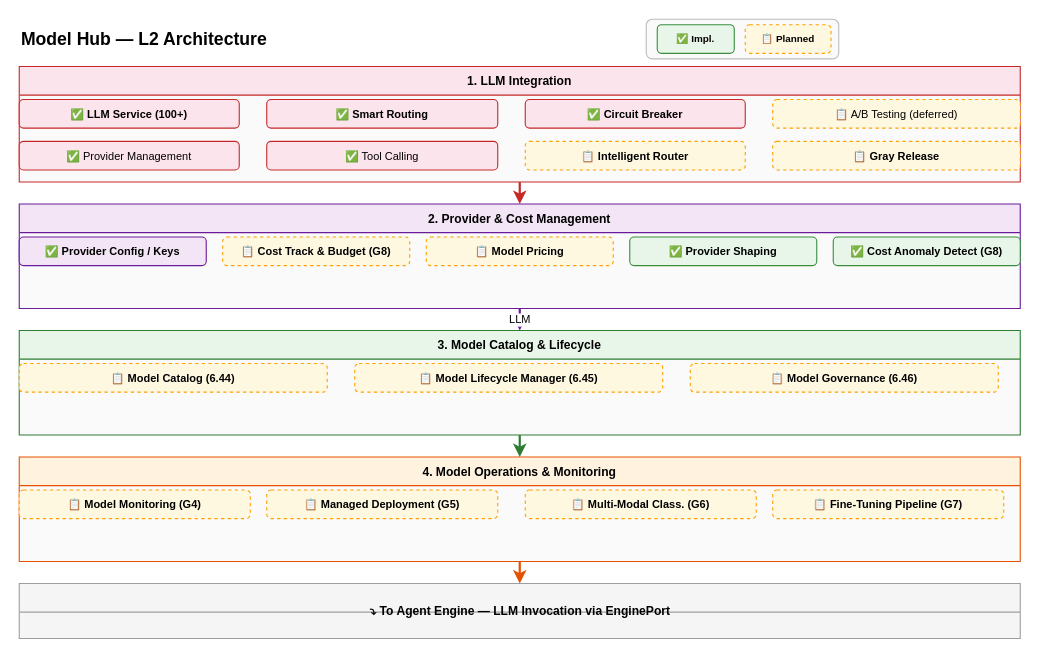
Above: docs/design/hardware/model-hub-l2.drawio in xueyufish/hecate (draw.io), before the change. Source tidied: cells renumbered, new cells numbered last; positions are measured from the earlier drawing's top-left corner, leaving out a move shared by most shapes. Both pictures are drawn from the tidied source at 110%, with x=0, y=0 at pixel (19, 19).
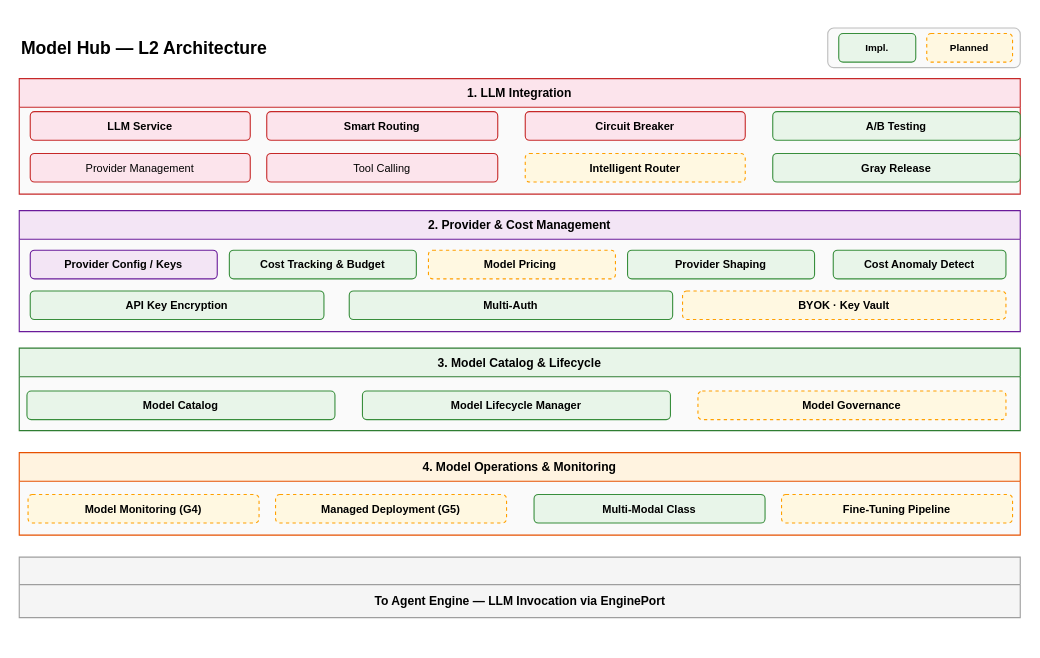
After the change.

Diff of the diagram source:
```diff
@@
     <mxCell id="2" style="rounded=1;whiteSpace=wrap;html=1;fillColor=#FAFAFA;strokeColor=#BDBDBD;strokeWidth=1;" parent="1" vertex="1">
-      <mxGeometry x="570" width="175" height="36" as="geometry" />
+      <mxGeometry x="735" y="8" width="175" height="36" as="geometry" />
     </mxCell>
-    <mxCell id="3" value="✅ Impl." style="rounded=1;whiteSpace=wrap;html=1;fillColor=#E8F5E9;strokeColor=#388E3C;fontSize=9;fontStyle=1;" parent="1" vertex="1">
-      <mxGeometry x="580" y="5" width="70" height="26" as="geometry" />
+    <mxCell id="3" value="Impl." style="rounded=1;whiteSpace=wrap;html=1;fillColor=#E8F5E9;strokeColor=#388E3C;fontSize=9;fontStyle=1;" parent="1" vertex="1">
+      <mxGeometry x="745" y="13" width="70" height="26" as="geometry" />
     </mxCell>
-    <mxCell id="4" value="📋 Planned" style="rounded=1;whiteSpace=wrap;html=1;fillColor=#FFF8E1;strokeColor=#FFA000;fontSize=9;fontStyle=1;dashed=1;" parent="1" vertex="1">
-      <mxGeometry x="660" y="5" width="78" height="26" as="geometry" />
+    <mxCell id="4" value="Planned" style="rounded=1;whiteSpace=wrap;html=1;fillColor=#FFF8E1;strokeColor=#FFA000;fontSize=9;fontStyle=1;dashed=1;" parent="1" vertex="1">
+      <mxGeometry x="825" y="13" width="78" height="26" as="geometry" />
     </mxCell>
     <mxCell id="5" value="&lt;b&gt;Model Hub — L2 Architecture&lt;/b&gt;" style="text;html=1;fontSize=16;fontStyle=1;align=left;verticalAlign=middle;fillColor=none;strokeColor=none;" parent="1" vertex="1">
-      <mxGeometry y="3" width="500" height="30" as="geometry" />
+      <mxGeometry y="11" width="500" height="30" as="geometry" />
     </mxCell>
     <mxCell id="6" value="1. LLM Integration" style="swimlane;startSize=26;fillColor=#FCE4EC;strokeColor=#C62828;fontSize=11;fontStyle=1;swimlaneFillColor=#FAFAFA;" parent="1" vertex="1">
-      <mxGeometry y="43" width="910" height="105" as="geometry" />
+      <mxGeometry y="54" width="910" height="105" as="geometry" />
     </mxCell>
-    <mxCell id="7" value="✅ LLM Service (100+)" style="rounded=1;whiteSpace=wrap;html=1;fillColor=#FCE4EC;strokeColor=#C62828;fontSize=10;fontStyle=1;" parent="6" vertex="1">
-      <mxGeometry y="30" width="200" height="26" as="geometry" />
+    <mxCell id="7" value="LLM Service" style="rounded=1;whiteSpace=wrap;html=1;fillColor=#FCE4EC;strokeColor=#C62828;fontSize=10;fontStyle=1;" parent="6" vertex="1">
+      <mxGeometry x="10" y="30" width="200" height="26" as="geometry" />
     </mxCell>
-    <mxCell id="8" value="✅ Smart Routing" style="rounded=1;whiteSpace=wrap;html=1;fillColor=#FCE4EC;strokeColor=#C62828;fontSize=10;fontStyle=1;" parent="6" vertex="1">
+    <mxCell id="8" value="Smart Routing" style="rounded=1;whiteSpace=wrap;html=1;fillColor=#FCE4EC;strokeColor=#C62828;fontSize=10;fontStyle=1;" parent="6" vertex="1">
       <mxGeometry x="225" y="30" width="210" height="26" as="geometry" />
     </mxCell>
-    <mxCell id="9" value="✅ Circuit Breaker" style="rounded=1;whiteSpace=wrap;html=1;fillColor=#FCE4EC;strokeColor=#C62828;fontSize=10;fontStyle=1;" parent="6" vertex="1">
+    <mxCell id="9" value="Circuit Breaker" style="rounded=1;whiteSpace=wrap;html=1;fillColor=#FCE4EC;strokeColor=#C62828;fontSize=10;fontStyle=1;" parent="6" vertex="1">
       <mxGeometry x="460" y="30" width="200" height="26" as="geometry" />
     </mxCell>
-    <mxCell id="10" value="📋 A/B Testing (deferred)" style="rounded=1;whiteSpace=wrap;html=1;fillColor=#FFF8E1;strokeColor=#FFA000;fontSize=10;dashed=1;" parent="6" vertex="1">
+    <mxCell id="10" value="A/B Testing" style="rounded=1;whiteSpace=wrap;html=1;fillColor=#E8F5E9;strokeColor=#388E3C;fontSize=10;fontStyle=1;" parent="6" vertex="1">
       <mxGeometry x="685" y="30" width="225" height="26" as="geometry" />
     </mxCell>
-    <mxCell id="11" value="✅ Provider Management" style="rounded=1;whiteSpace=wrap;html=1;fillColor=#FCE4EC;strokeColor=#C62828;fontSize=10;" parent="6" vertex="1">
-      <mxGeometry y="68" width="200" height="26" as="geometry" />
+    <mxCell id="11" value="Provider Management" style="rounded=1;whiteSpace=wrap;html=1;fillColor=#FCE4EC;strokeColor=#C62828;fontSize=10;" parent="6" vertex="1">
+      <mxGeometry x="10" y="68" width="200" height="26" as="geometry" />
     </mxCell>
-    <mxCell id="12" value="✅ Tool Calling" style="rounded=1;whiteSpace=wrap;html=1;fillColor=#FCE4EC;strokeColor=#C62828;fontSize=10;" parent="6" vertex="1">
+    <mxCell id="12" value="Tool Calling" style="rounded=1;whiteSpace=wrap;html=1;fillColor=#FCE4EC;strokeColor=#C62828;fontSize=10;" parent="6" vertex="1">
       <mxGeometry x="225" y="68" width="210" height="26" as="geometry" />
     </mxCell>
-    <mxCell id="13" value="📋 Intelligent Router" style="rounded=1;whiteSpace=wrap;html=1;fillColor=#FFF8E1;strokeColor=#FFA000;fontSize=10;fontStyle=1;dashed=1;" parent="6" vertex="1">
+    <mxCell id="13" value="Intelligent Router" style="rounded=1;whiteSpace=wrap;html=1;fillColor=#FFF8E1;strokeColor=#FFA000;fontSize=10;fontStyle=1;dashed=1;" parent="6" vertex="1">
       <mxGeometry x="460" y="68" width="200" height="26" as="geometry" />
     </mxCell>
-    <mxCell id="14" value="📋 Gray Release" style="rounded=1;whiteSpace=wrap;html=1;fillColor=#FFF8E1;strokeColor=#FFA000;fontSize=10;fontStyle=1;dashed=1;" parent="6" vertex="1">
+    <mxCell id="14" value="Gray Release" style="rounded=1;whiteSpace=wrap;html=1;fillColor=#E8F5E9;strokeColor=#388E3C;fontSize=10;fontStyle=1;" parent="6" vertex="1">
       <mxGeometry x="685" y="68" width="225" height="26" as="geometry" />
     </mxCell>
     <mxCell id="15" value="2. Provider &amp; Cost Management" style="swimlane;startSize=26;fillColor=#F3E5F5;strokeColor=#6A1B9A;fontSize=11;fontStyle=1;swimlaneFillColor=#FAFAFA;" parent="1" vertex="1">
-      <mxGeometry y="168" width="910" height="95" as="geometry" />
+      <mxGeometry y="174" width="910" height="110" as="geometry" />
     </mxCell>
-    <mxCell id="16" value="✅ Provider Config / Keys" style="rounded=1;whiteSpace=wrap;html=1;fillColor=#F3E5F5;strokeColor=#6A1B9A;fontSize=10;fontStyle=1;" parent="15" vertex="1">
-      <mxGeometry y="30" width="170" height="26" as="geometry" />
+    <mxCell id="16" value="Provider Config / Keys" style="rounded=1;whiteSpace=wrap;html=1;fillColor=#F3E5F5;strokeColor=#6A1B9A;fontSize=10;fontStyle=1;" parent="15" vertex="1">
+      <mxGeometry x="10" y="36" width="170" height="26" as="geometry" />
     </mxCell>
-    <mxCell id="17" value="📋 Cost Track &amp; Budget (G8)" style="rounded=1;whiteSpace=wrap;html=1;fillColor=#FFF8E1;strokeColor=#FFA000;fontSize=10;fontStyle=1;dashed=1;" parent="15" vertex="1">
-      <mxGeometry x="185" y="30" width="170" height="26" as="geometry" />
+    <mxCell id="17" value="Cost Tracking &amp;amp; Budget" style="rounded=1;whiteSpace=wrap;html=1;fillColor=#E8F5E9;strokeColor=#388E3C;fontSize=10;fontStyle=1;" parent="15" vertex="1">
+      <mxGeometry x="191" y="36" width="170" height="26" as="geometry" />
     </mxCell>
-    <mxCell id="18" value="📋 Model Pricing" style="rounded=1;whiteSpace=wrap;html=1;fillColor=#FFF8E1;strokeColor=#FFA000;fontSize=10;fontStyle=1;dashed=1;" parent="15" vertex="1">
-      <mxGeometry x="370" y="30" width="170" height="26" as="geometry" />
+    <mxCell id="18" value="Model Pricing&amp;nbsp;" style="rounded=1;whiteSpace=wrap;html=1;fillColor=#FFF8E1;strokeColor=#FFA000;fontSize=10;fontStyle=1;dashed=1;" parent="15" vertex="1">
+      <mxGeometry x="372" y="36" width="170" height="26" as="geometry" />
     </mxCell>
-    <mxCell id="19" value="✅ Provider Shaping" style="rounded=1;whiteSpace=wrap;html=1;fillColor=#E8F5E9;strokeColor=#388E3C;fontSize=10;fontStyle=1;" parent="15" vertex="1">
-      <mxGeometry x="555" y="30" width="170" height="26" as="geometry" />
+    <mxCell id="19" value="Provider Shaping" style="rounded=1;whiteSpace=wrap;html=1;fillColor=#E8F5E9;strokeColor=#388E3C;fontSize=10;fontStyle=1;" parent="15" vertex="1">
+      <mxGeometry x="553" y="36" width="170" height="26" as="geometry" />
     </mxCell>
-    <mxCell id="20" value="✅ Cost Anomaly Detect (G8)" style="rounded=1;whiteSpace=wrap;html=1;fillColor=#E8F5E9;strokeColor=#388E3C;fontSize=10;fontStyle=1;" parent="15" vertex="1">
-      <mxGeometry x="740" y="30" width="170" height="26" as="geometry" />
+    <mxCell id="20" value="Cost Anomaly Detect" style="rounded=1;whiteSpace=wrap;html=1;fillColor=#E8F5E9;strokeColor=#388E3C;fontSize=10;fontStyle=1;" parent="15" vertex="1">
+      <mxGeometry x="740" y="36" width="157" height="26" as="geometry" />
     </mxCell>
+    <mxCell id="36" value="API Key Encryption" style="rounded=1;whiteSpace=wrap;html=1;fillColor=#E8F5E9;strokeColor=#388E3C;fontSize=10;fontStyle=1;" parent="15" vertex="1">
+      <mxGeometry x="10" y="73" width="267" height="26" as="geometry" />
+    </mxCell>
+    <mxCell id="37" value="Multi-Auth" style="rounded=1;whiteSpace=wrap;html=1;fillColor=#E8F5E9;strokeColor=#388E3C;fontSize=10;fontStyle=1;" parent="15" vertex="1">
+      <mxGeometry x="300" y="73" width="294" height="26" as="geometry" />
+    </mxCell>
+    <mxCell id="38" value="BYOK · Key Vault" style="rounded=1;whiteSpace=wrap;html=1;fillColor=#FFF8E1;strokeColor=#FFA000;fontSize=10;fontStyle=1;dashed=1;" parent="15" vertex="1">
+      <mxGeometry x="603" y="73" width="294" height="26" as="geometry" />
+    </mxCell>
     <mxCell id="21" value="3. Model Catalog &amp; Lifecycle" style="swimlane;startSize=26;fillColor=#E8F5E9;strokeColor=#2E7D32;fontSize=11;fontStyle=1;swimlaneFillColor=#FAFAFA;" parent="1" vertex="1">
-      <mxGeometry y="283" width="910" height="95" as="geometry" />
+      <mxGeometry y="299" width="910" height="75" as="geometry" />
     </mxCell>
-    <mxCell id="22" value="📋 Model Catalog (6.44)" style="rounded=1;whiteSpace=wrap;html=1;fillColor=#FFF8E1;strokeColor=#FFA000;fontSize=10;fontStyle=1;dashed=1;" parent="21" vertex="1">
-      <mxGeometry y="30" width="280" height="26" as="geometry" />
+    <mxCell id="22" value="Model Catalog" style="rounded=1;whiteSpace=wrap;html=1;fillColor=#E8F5E9;strokeColor=#388E3C;fontSize=10;fontStyle=1;" parent="21" vertex="1">
+      <mxGeometry x="7" y="39" width="280" height="26" as="geometry" />
     </mxCell>
-    <mxCell id="23" value="📋 Model Lifecycle Manager (6.45)" style="rounded=1;whiteSpace=wrap;html=1;fillColor=#FFF8E1;strokeColor=#FFA000;fontSize=10;fontStyle=1;dashed=1;" parent="21" vertex="1">
-      <mxGeometry x="305" y="30" width="280" height="26" as="geometry" />
+    <mxCell id="23" value="Model Lifecycle Manager" style="rounded=1;whiteSpace=wrap;html=1;fillColor=#E8F5E9;strokeColor=#388E3C;fontSize=10;fontStyle=1;" parent="21" vertex="1">
+      <mxGeometry x="312" y="39" width="280" height="26" as="geometry" />
     </mxCell>
-    <mxCell id="24" value="📋 Model Governance (6.46)" style="rounded=1;whiteSpace=wrap;html=1;fillColor=#FFF8E1;strokeColor=#FFA000;fontSize=10;fontStyle=1;dashed=1;" parent="21" vertex="1">
-      <mxGeometry x="610" y="30" width="280" height="26" as="geometry" />
+    <mxCell id="24" value="Model Governance" style="rounded=1;whiteSpace=wrap;html=1;fillColor=#FFF8E1;strokeColor=#FFA000;fontSize=10;fontStyle=1;dashed=1;" parent="21" vertex="1">
+      <mxGeometry x="617" y="39" width="280" height="26" as="geometry" />
     </mxCell>
     <mxCell id="25" value="4. Model Operations &amp; Monitoring" style="swimlane;startSize=26;fillColor=#FFF3E0;strokeColor=#E65100;fontSize=11;fontStyle=1;swimlaneFillColor=#FAFAFA;" parent="1" vertex="1">
-      <mxGeometry y="398" width="910" height="95" as="geometry" />
+      <mxGeometry y="394" width="910" height="75" as="geometry" />
     </mxCell>
-    <mxCell id="26" value="📋 Model Monitoring (G4)" style="rounded=1;whiteSpace=wrap;html=1;fillColor=#FFF8E1;strokeColor=#FFA000;fontSize=10;fontStyle=1;dashed=1;" parent="25" vertex="1">
-      <mxGeometry y="30" width="210" height="26" as="geometry" />
+    <mxCell id="26" value="Model Monitoring (G4)" style="rounded=1;whiteSpace=wrap;html=1;fillColor=#FFF8E1;strokeColor=#FFA000;fontSize=10;fontStyle=1;dashed=1;" parent="25" vertex="1">
+      <mxGeometry x="8" y="38" width="210" height="26" as="geometry" />
     </mxCell>
-    <mxCell id="27" value="📋 Managed Deployment (G5)" style="rounded=1;whiteSpace=wrap;html=1;fillColor=#FFF8E1;strokeColor=#FFA000;fontSize=10;fontStyle=1;dashed=1;" parent="25" vertex="1">
-      <mxGeometry x="225" y="30" width="210" height="26" as="geometry" />
+    <mxCell id="27" value="Managed Deployment (G5)" style="rounded=1;whiteSpace=wrap;html=1;fillColor=#FFF8E1;strokeColor=#FFA000;fontSize=10;fontStyle=1;dashed=1;" parent="25" vertex="1">
+      <mxGeometry x="233" y="38" width="210" height="26" as="geometry" />
     </mxCell>
-    <mxCell id="28" value="📋 Multi-Modal Class. (G6)" style="rounded=1;whiteSpace=wrap;html=1;fillColor=#FFF8E1;strokeColor=#FFA000;fontSize=10;fontStyle=1;dashed=1;" parent="25" vertex="1">
-      <mxGeometry x="460" y="30" width="210" height="26" as="geometry" />
+    <mxCell id="28" value="Multi-Modal Class" style="rounded=1;whiteSpace=wrap;html=1;fillColor=#E8F5E9;strokeColor=#388E3C;fontSize=10;fontStyle=1;" parent="25" vertex="1">
+      <mxGeometry x="468" y="38" width="210" height="26" as="geometry" />
     </mxCell>
-    <mxCell id="29" value="📋 Fine-Tuning Pipeline (G7)" style="rounded=1;whiteSpace=wrap;html=1;fillColor=#FFF8E1;strokeColor=#FFA000;fontSize=10;fontStyle=1;dashed=1;" parent="25" vertex="1">
-      <mxGeometry x="685" y="30" width="210" height="26" as="geometry" />
+    <mxCell id="29" value="Fine-Tuning Pipeline" style="rounded=1;whiteSpace=wrap;html=1;fillColor=#FFF8E1;strokeColor=#FFA000;fontSize=10;fontStyle=1;dashed=1;" parent="25" vertex="1">
+      <mxGeometry x="693" y="38" width="210" height="26" as="geometry" />
     </mxCell>
-    <mxCell id="30" style="swimlane;startSize=26;fillColor=#F5F5F5;strokeColor=#9E9E9E;fontSize=11;fontStyle=1;swimlaneFillColor=#F5F5F5;" parent="1" vertex="1">
-      <mxGeometry y="513" width="910" height="50" as="geometry" />
+    <mxCell id="30" style="swimlane;startSize=25;fillColor=#F5F5F5;strokeColor=#9E9E9E;fontSize=11;fontStyle=1;swimlaneFillColor=#F5F5F5;" parent="1" vertex="1">
+      <mxGeometry y="489" width="910" height="55" as="geometry" />
     </mxCell>
-    <mxCell id="31" value="⤵  To Agent Engine — LLM Invocation via EnginePort" style="text;html=1;fontSize=11;fontStyle=1;align=center;verticalAlign=middle;fillColor=none;strokeColor=none;" parent="30" vertex="1">
-      <mxGeometry x="155" y="5" width="600" height="40" as="geometry" />
+    <mxCell id="31" value="To Agent Engine — LLM Invocation via EnginePort" style="text;html=1;fontSize=11;fontStyle=1;align=center;verticalAlign=middle;fillColor=none;strokeColor=none;" parent="30" vertex="1">
+      <mxGeometry x="155" y="20" width="600" height="40" as="geometry" />
     </mxCell>
-    <mxCell id="32" style="edgeStyle=orthogonalEdgeStyle;rounded=1;jettySize=auto;html=1;strokeColor=#C62828;strokeWidth=2;exitX=0.5;exitY=1;exitDx=0;exitDy=0;entryX=0.5;entryY=0;entryDx=0;entryDy=0;" parent="1" edge="1" source="6" target="15">
-      <mxGeometry relative="1" as="geometry" />
-    </mxCell>
-    <mxCell id="33" value="LLM" style="edgeStyle=orthogonalEdgeStyle;rounded=1;jettySize=auto;html=1;strokeColor=#6A1B9A;strokeWidth=2;fontSize=10;exitX=0.5;exitY=1;exitDx=0;exitDy=0;entryX=0.5;entryY=0;entryDx=0;entryDy=0;" parent="1" edge="1" source="15" target="21">
-      <mxGeometry relative="1" as="geometry" />
-    </mxCell>
-    <mxCell id="34" style="edgeStyle=orthogonalEdgeStyle;rounded=1;jettySize=auto;html=1;strokeColor=#2E7D32;strokeWidth=2;exitX=0.5;exitY=1;exitDx=0;exitDy=0;entryX=0.5;entryY=0;entryDx=0;entryDy=0;" parent="1" edge="1" source="21" target="25">
-      <mxGeometry relative="1" as="geometry" />
-    </mxCell>
-    <mxCell id="35" style="edgeStyle=orthogonalEdgeStyle;rounded=1;jettySize=auto;html=1;strokeColor=#E65100;strokeWidth=2;exitX=0.5;exitY=1;exitDx=0;exitDy=0;entryX=0.5;entryY=0;entryDx=0;entryDy=0;" parent="1" edge="1" source="25" target="30">
-      <mxGeometry relative="1" as="geometry" />
-    </mxCell>
```
